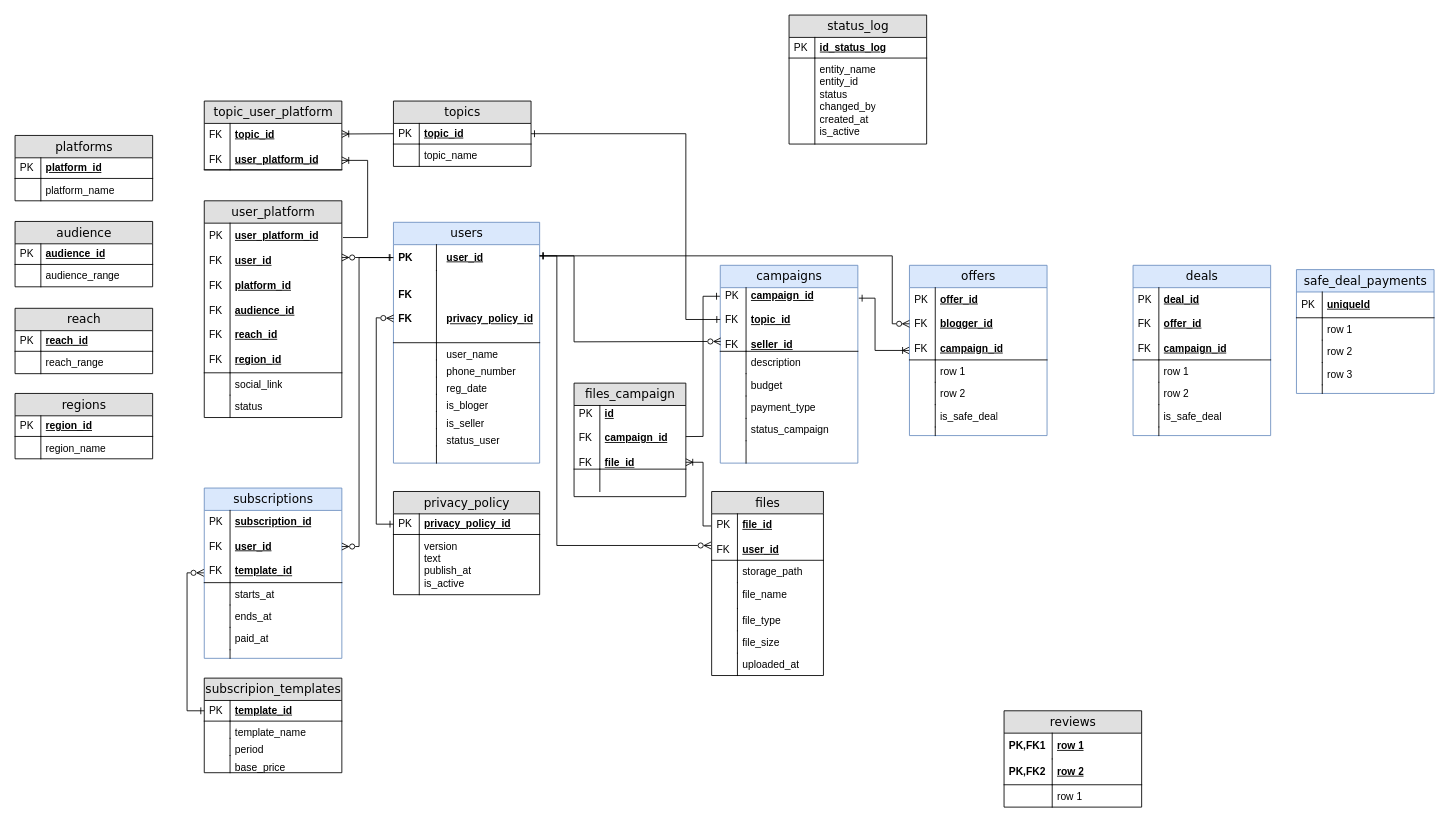
This is diagrams/erd.drawio.xml from NadezdaHope19/practice, a draw.io file, before an edit. Source tidied: cells renumbered, new cells numbered last; positions are measured from the earlier drawing's top-left corner, leaving out a move shared by most shapes. Both pictures are drawn from the tidied source at 86%, with x=0, y=0 at pixel (15, 15).
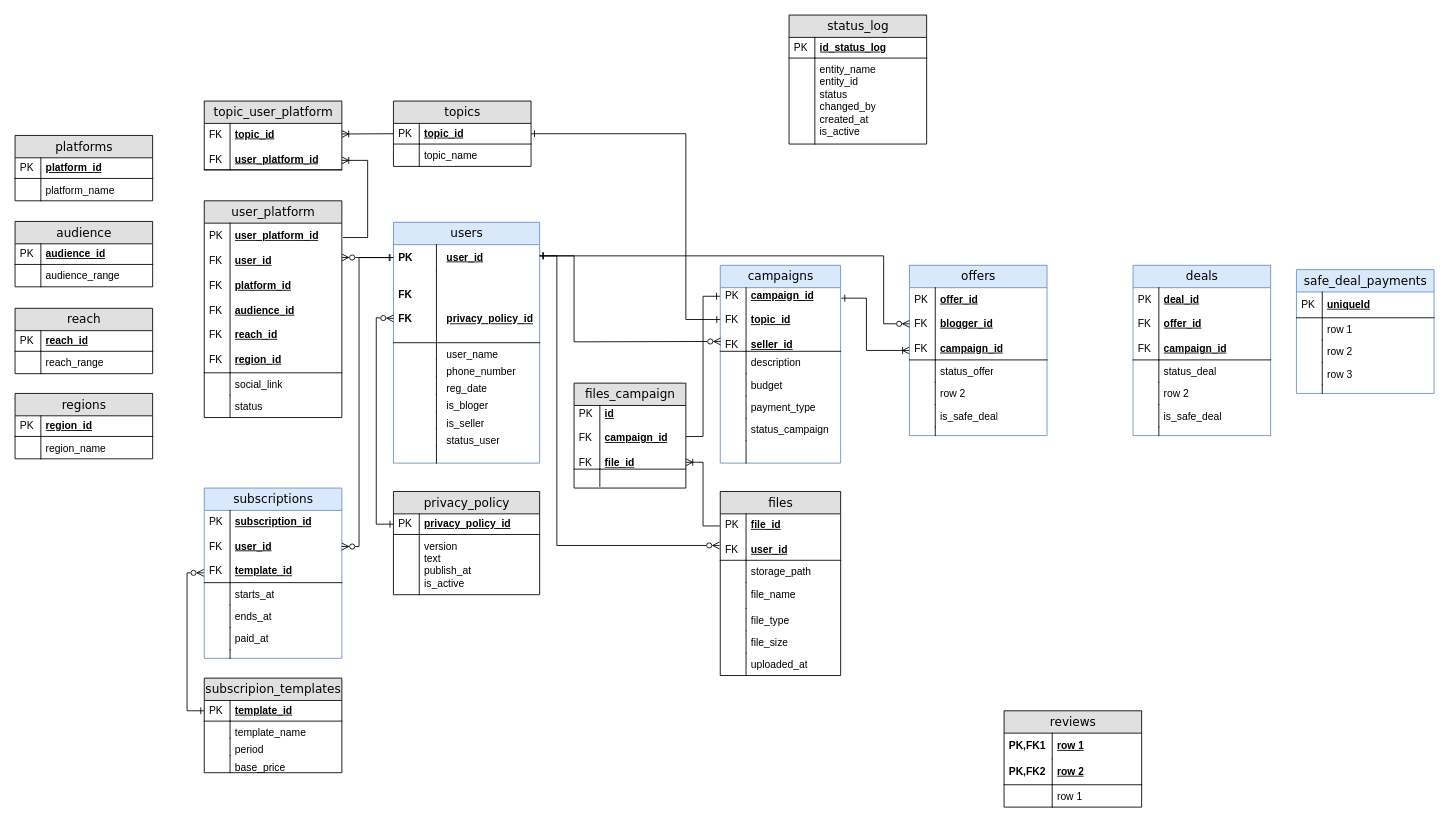
The same diagram, later.

Unchanged cells that the change refers to:
```xml
<mxCell id="65" value="offers" style="swimlane;html=1;fontStyle=0;horizontal=1;startSize=26;fillColor=#dae8fc;swimlaneFillColor=#ffffff;align=center;rounded=0;shadow=0;comic=0;labelBackgroundColor=none;strokeWidth=1;fontFamily=Verdana;fontSize=14;strokeColor=#6c8ebf;" parent="1" vertex="1">
  <mxGeometry x="1040" y="291" width="160" height="198" as="geometry" />
</mxCell>
<mxCell id="66" value="offer_id&lt;div&gt;&lt;br&gt;&lt;/div&gt;&lt;div&gt;blogger_id&lt;br&gt;&lt;div&gt;&lt;br&gt;&lt;/div&gt;&lt;div&gt;campaign_id&lt;/div&gt;&lt;/div&gt;" style="shape=partialRectangle;top=0;left=0;right=0;bottom=1;html=1;align=left;verticalAlign=middle;fillColor=none;spacingLeft=34;spacingRight=4;whiteSpace=wrap;overflow=hidden;points=[[0,0.5],[1,0.5]];portConstraint=eastwest;fontStyle=5;" parent="65" vertex="1">
  <mxGeometry y="26" width="160" height="84" as="geometry" />
</mxCell>
<mxCell id="159" value="deals" style="swimlane;html=1;fontStyle=0;horizontal=1;startSize=26;fillColor=#dae8fc;swimlaneFillColor=#ffffff;align=center;rounded=0;shadow=0;comic=0;labelBackgroundColor=none;strokeWidth=1;fontFamily=Verdana;fontSize=14;strokeColor=#6c8ebf;" parent="1" vertex="1">
  <mxGeometry x="1300" y="291" width="160" height="198" as="geometry" />
</mxCell>
```

Change to the diagram source:
```diff
@@
     <mxCell id="22" style="edgeStyle=none;rounded=0;jettySize=auto;html=1;exitX=1.006;exitY=0.165;exitDx=0;exitDy=0;exitPerimeter=0;entryX=0;entryY=0.5;entryDx=0;entryDy=0;startArrow=ERone;startFill=0;endArrow=ERoneToMany;endFill=0;" parent="1" edge="1" source="24" target="65">
       <mxGeometry relative="1" as="geometry">
         <Array as="points">
-          <mxPoint x="1000" y="329.2" />
-          <mxPoint x="1000" y="390" />
+          <mxPoint x="990" y="329.2" />
+          <mxPoint x="990" y="390" />
         </Array>
       </mxGeometry>
     </mxCell>
     <mxCell id="23" value="campaigns" style="swimlane;html=1;fontStyle=0;horizontal=1;startSize=26;fillColor=#dae8fc;swimlaneFillColor=#ffffff;align=center;rounded=0;shadow=0;comic=0;labelBackgroundColor=none;strokeWidth=1;fontFamily=Verdana;fontSize=14;swimlaneLine=1;strokeColor=#6c8ebf;" parent="1" vertex="1">
-      <mxGeometry x="820" y="291" width="160" height="230" as="geometry" />
+      <mxGeometry x="820" y="291" width="140" height="230" as="geometry" />
     </mxCell>
     <mxCell id="24" value="campaign_id&lt;div&gt;&lt;br&gt;&lt;/div&gt;&lt;div&gt;topic_id&lt;/div&gt;&lt;div&gt;&lt;br&gt;&lt;/div&gt;&lt;div&gt;seller_id&lt;/div&gt;" style="shape=partialRectangle;top=0;left=0;right=0;bottom=1;html=1;align=left;verticalAlign=middle;fillColor=none;spacingLeft=34;spacingRight=4;whiteSpace=wrap;overflow=hidden;points=[[0,0.5],[1,0.5]];portConstraint=eastwest;fontStyle=5;" parent="23" vertex="1">
-      <mxGeometry y="26" width="160" height="74" as="geometry" />
+      <mxGeometry y="26" width="140" height="74" as="geometry" />
     </mxCell>
@@
     <mxCell id="26" value="description" style="shape=partialRectangle;top=0;left=0;right=0;bottom=0;html=1;align=left;verticalAlign=top;fillColor=none;spacingLeft=34;spacingRight=4;whiteSpace=wrap;overflow=hidden;" parent="23" vertex="1">
-      <mxGeometry y="100" width="160" height="26" as="geometry" />
+      <mxGeometry y="100" width="140" height="26" as="geometry" />
     </mxCell>
@@
     <mxCell id="28" value="budget" style="shape=partialRectangle;top=0;left=0;right=0;bottom=0;html=1;align=left;verticalAlign=top;fillColor=none;spacingLeft=34;spacingRight=4;whiteSpace=wrap;overflow=hidden;" parent="23" vertex="1">
-      <mxGeometry y="126" width="160" height="26" as="geometry" />
+      <mxGeometry y="126" width="140" height="26" as="geometry" />
     </mxCell>
@@
     <mxCell id="30" value="payment_type" style="shape=partialRectangle;top=0;left=0;right=0;bottom=0;html=1;align=left;verticalAlign=top;fillColor=none;spacingLeft=34;spacingRight=4;whiteSpace=wrap;overflow=hidden;" parent="23" vertex="1">
-      <mxGeometry y="152" width="160" height="26" as="geometry" />
+      <mxGeometry y="152" width="140" height="26" as="geometry" />
     </mxCell>
@@
     <mxCell id="32" value="&lt;div&gt;&lt;span style=&quot;background-color: transparent; color: light-dark(rgb(0, 0, 0), rgb(255, 255, 255));&quot;&gt;status_campaign&lt;/span&gt;&lt;/div&gt;" style="shape=partialRectangle;top=0;left=0;right=0;bottom=0;html=1;align=left;verticalAlign=top;fillColor=none;spacingLeft=34;spacingRight=4;whiteSpace=wrap;overflow=hidden;" parent="23" vertex="1">
-      <mxGeometry y="178" width="160" height="26" as="geometry" />
+      <mxGeometry y="178" width="140" height="26" as="geometry" />
     </mxCell>
@@
     <mxCell id="34" style="shape=partialRectangle;top=0;left=0;right=0;bottom=0;html=1;align=left;verticalAlign=top;fillColor=none;spacingLeft=34;spacingRight=4;whiteSpace=wrap;overflow=hidden;" parent="23" vertex="1">
-      <mxGeometry y="204" width="160" height="26" as="geometry" />
+      <mxGeometry y="204" width="140" height="26" as="geometry" />
     </mxCell>
@@
-    <mxCell id="68" value="row 1" style="shape=partialRectangle;top=0;left=0;right=0;bottom=0;html=1;align=left;verticalAlign=top;fillColor=none;spacingLeft=34;spacingRight=4;whiteSpace=wrap;overflow=hidden;" parent="65" vertex="1">
+    <mxCell id="68" value="status_offer" style="shape=partialRectangle;top=0;left=0;right=0;bottom=0;html=1;align=left;verticalAlign=top;fillColor=none;spacingLeft=34;spacingRight=4;whiteSpace=wrap;overflow=hidden;" parent="65" vertex="1">
       <mxGeometry y="110" width="160" height="26" as="geometry" />
     </mxCell>
@@
     <mxCell id="123" value="files_campaign" style="swimlane;html=1;fontStyle=0;horizontal=1;startSize=26;fillColor=#e0e0e0;swimlaneFillColor=#ffffff;align=center;rounded=0;shadow=0;comic=0;labelBackgroundColor=none;strokeWidth=1;fontFamily=Verdana;fontSize=14;swimlaneLine=1;" parent="1" vertex="1">
-      <mxGeometry x="650" y="428" width="130" height="132" as="geometry" />
+      <mxGeometry x="650" y="428" width="130" height="122" as="geometry" />
     </mxCell>
@@
     <mxCell id="126" style="shape=partialRectangle;top=0;left=0;right=0;bottom=0;html=1;align=left;verticalAlign=top;fillColor=none;spacingLeft=34;spacingRight=4;whiteSpace=wrap;overflow=hidden;" parent="123" vertex="1">
-      <mxGeometry y="100" width="130" height="26" as="geometry" />
+      <mxGeometry y="100" width="130" height="20" as="geometry" />
     </mxCell>
     <mxCell id="127" style="shape=partialRectangle;top=0;left=0;bottom=0;html=1;fillColor=none;align=left;verticalAlign=top;spacingLeft=4;spacingRight=4;whiteSpace=wrap;overflow=hidden;" parent="126" vertex="1">
-      <mxGeometry width="30" height="26" as="geometry" />
+      <mxGeometry width="30" height="20" as="geometry" />
     </mxCell>
@@
     <mxCell id="145" value="files" style="swimlane;html=1;fontStyle=0;horizontal=1;startSize=26;fillColor=#e0e0e0;swimlaneFillColor=#ffffff;align=center;rounded=0;shadow=0;comic=0;labelBackgroundColor=none;strokeWidth=1;fontFamily=Verdana;fontSize=14;" parent="1" vertex="1">
-      <mxGeometry x="810" y="554" width="130" height="214" as="geometry" />
+      <mxGeometry x="820" y="554" width="140" height="214" as="geometry" />
     </mxCell>
     <mxCell id="146" value="file_id&lt;div&gt;&lt;br&gt;&lt;/div&gt;&lt;div&gt;user_id&lt;/div&gt;" style="shape=partialRectangle;top=0;left=0;right=0;bottom=1;html=1;align=left;verticalAlign=middle;fillColor=none;spacingLeft=34;spacingRight=4;whiteSpace=wrap;overflow=hidden;points=[[0,0.5],[1,0.5]];portConstraint=eastwest;fontStyle=5;" parent="145" vertex="1">
-      <mxGeometry y="26" width="130" height="54" as="geometry" />
+      <mxGeometry y="26" width="140" height="54" as="geometry" />
     </mxCell>
@@
     <mxCell id="148" value="storage_path" style="shape=partialRectangle;top=0;left=0;right=0;bottom=0;html=1;align=left;verticalAlign=top;fillColor=none;spacingLeft=34;spacingRight=4;whiteSpace=wrap;overflow=hidden;" parent="145" vertex="1">
-      <mxGeometry y="80" width="130" height="26" as="geometry" />
+      <mxGeometry y="80" width="140" height="26" as="geometry" />
     </mxCell>
@@
     <mxCell id="150" value="file_name" style="shape=partialRectangle;top=0;left=0;right=0;bottom=0;html=1;align=left;verticalAlign=top;fillColor=none;spacingLeft=34;spacingRight=4;whiteSpace=wrap;overflow=hidden;" parent="145" vertex="1">
-      <mxGeometry y="106" width="130" height="30" as="geometry" />
+      <mxGeometry y="106" width="140" height="30" as="geometry" />
     </mxCell>
@@
     <mxCell id="152" value="file_type" style="shape=partialRectangle;top=0;left=0;right=0;bottom=0;html=1;align=left;verticalAlign=top;fillColor=none;spacingLeft=34;spacingRight=4;whiteSpace=wrap;overflow=hidden;" parent="145" vertex="1">
-      <mxGeometry y="136" width="130" height="26" as="geometry" />
+      <mxGeometry y="136" width="140" height="26" as="geometry" />
     </mxCell>
@@
     <mxCell id="154" value="file_size" style="shape=partialRectangle;top=0;left=0;right=0;bottom=0;html=1;align=left;verticalAlign=top;fillColor=none;spacingLeft=34;spacingRight=4;whiteSpace=wrap;overflow=hidden;" parent="145" vertex="1">
-      <mxGeometry y="162" width="130" height="26" as="geometry" />
+      <mxGeometry y="162" width="140" height="26" as="geometry" />
     </mxCell>
@@
     <mxCell id="156" value="uploaded_at" style="shape=partialRectangle;top=0;left=0;right=0;bottom=0;html=1;align=left;verticalAlign=top;fillColor=none;spacingLeft=34;spacingRight=4;whiteSpace=wrap;overflow=hidden;" parent="145" vertex="1">
-      <mxGeometry y="188" width="130" height="26" as="geometry" />
+      <mxGeometry y="188" width="140" height="26" as="geometry" />
     </mxCell>
@@
     <mxCell id="158" style="edgeStyle=none;rounded=0;jettySize=auto;html=1;exitX=1;exitY=0.5;exitDx=0;exitDy=0;entryX=0;entryY=0.5;entryDx=0;entryDy=0;endArrow=ERzeroToMany;endFill=0;startArrow=ERone;startFill=0;" parent="1" edge="1" target="66">
       <mxGeometry relative="1" as="geometry">
         <mxPoint x="610" y="280" as="sourcePoint" />
         <Array as="points">
           <mxPoint x="650" y="280" />
-          <mxPoint x="1020" y="280" />
-          <mxPoint x="1020" y="359" />
+          <mxPoint x="1010" y="280" />
+          <mxPoint x="1010" y="359" />
         </Array>
       </mxGeometry>
     </mxCell>
@@
-    <mxCell id="162" value="row 1" style="shape=partialRectangle;top=0;left=0;right=0;bottom=0;html=1;align=left;verticalAlign=top;fillColor=none;spacingLeft=34;spacingRight=4;whiteSpace=wrap;overflow=hidden;" parent="159" vertex="1">
+    <mxCell id="162" value="status_deal" style="shape=partialRectangle;top=0;left=0;right=0;bottom=0;html=1;align=left;verticalAlign=top;fillColor=none;spacingLeft=34;spacingRight=4;whiteSpace=wrap;overflow=hidden;" parent="159" vertex="1">
       <mxGeometry y="110" width="160" height="26" as="geometry" />
     </mxCell>
```
